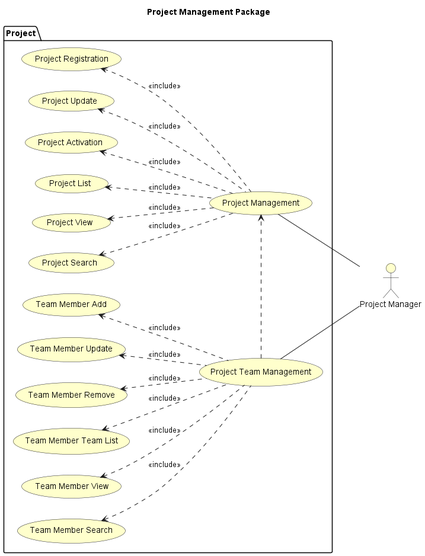
Above: HorizonUml/out/UseCase/Use Case/Packages/ProjectUseCaseDiagram.png in mahyaresteki/Horizon (PlantUML), before the change.
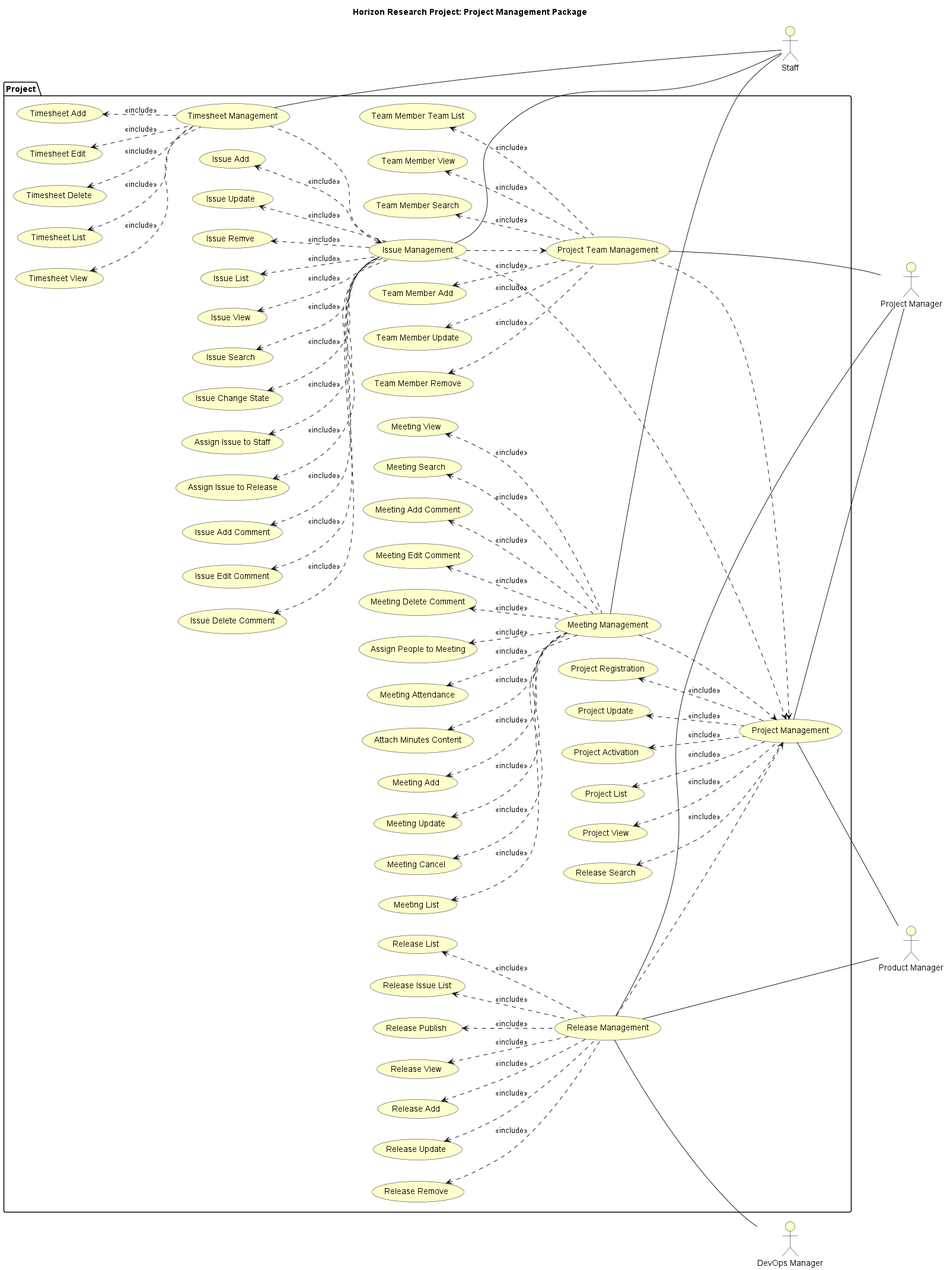
The same file after the commit.

The edit, as a diff of the source:
```diff
@@ -4,9 +4,12 @@
 skinparam useCaseBackgroundColor #Business
 skinparam actorBackgroundColor #Business
 
-title Project Management Package
+title Horizon Research Project: Project Management Package
 
 :Project Manager: as PMO
+:DevOps Manager: as DevOpsManager
+:Product Manager: as ProductManager
+:Staff: as Staff
 
 package "Project"{
     usecase "Project Management" as projectManagement
@@ -23,12 +26,66 @@
     usecase "Team Member Team List" as teamMemberList
     usecase "Team Member View" as teamMemberView
     usecase "Team Member Search" as teamMemberSearch
+    usecase "Release Management" as releaseManagement
+    usecase "Release Add" as releaseAdd
+    usecase "Release Update" as releaseUpdate
+    usecase "Release Remove" as releaseRemove
+    usecase "Release List" as releaseList
+    usecase "Release Issue List" as releaseIssueList
+    usecase "Release Publish" as releasePublish
+    usecase "Release View" as releaseView
+    usecase "Release Search" as projectSearch
+    usecase "Issue Management" as issueManagement
+    usecase "Meeting Management" as meetingManagement
+    usecase "Timesheet Management" as timesheetManagement
+    usecase "Meeting Add" as meetingAdd
+    usecase "Meeting Update" as meetingUpdate
+    usecase "Meeting Cancel" as meetingCancel
+    usecase "Meeting List" as meetingList
+    usecase "Meeting View" as meetingView
+    usecase "Meeting Search" as meetingSearch
+    usecase "Meeting Add Comment" as meetingAddComment
+    usecase "Meeting Edit Comment" as meetingEditComment
+    usecase "Meeting Delete Comment" as meetingDeleteComment
+    usecase "Assign People to Meeting" as assignPeopleToMeeting
+    usecase "Meeting Attendance" as meetingAttendace
+    usecase "Attach Minutes Content" as attachMinutesContent
+    usecase "Issue Add" as issueAdd
+    usecase "Issue Update" as issueUpdate
+    usecase "Issue Remve" as issueCancel
+    usecase "Issue List" as issueList
+    usecase "Issue View" as issueView
+    usecase "Issue Search" as issueSearch
+    usecase "Issue Change State" as issueChangeState
+    usecase "Assign Issue to Staff" as assignIssueToStaff
+    usecase "Assign Issue to Release" as assignIssueToRelease
+    usecase "Issue Add Comment" as issueAddComment
+    usecase "Issue Edit Comment" as issueEditComment
+    usecase "Issue Delete Comment" as issueDeleteComment
+    usecase "Timesheet Add" as timesheetAdd
+    usecase "Timesheet Edit" as timesheetEdit
+    usecase "Timesheet Delete" as timesheetDelete
+    usecase "Timesheet List" as timesheetList
+    usecase "Timesheet View" as timesheetView
 }
 
+projectManagement -- ProductManager
 projectManagement -- PMO
 projectTeamManagement -- PMO
+releaseManagement -- PMO
+releaseManagement -- ProductManager
+releaseManagement -- DevOpsManager
+issueManagement -- Staff
+timesheetManagement -- Staff
+meetingManagement -- Staff
 
-projectTeamManagement .> projectManagement
+projectTeamManagement ..> projectManagement
+releaseManagement ..> projectManagement
+issueManagement ..> projectManagement
+issueManagement ..> projectTeamManagement
+timesheetManagement ..> issueManagement
+meetingManagement ..> projectManagement
+
 
 projectRegistration <.. projectManagement : <<include>>
 projectUpdate <.. projectManagement : <<include>>
@@ -42,4 +99,41 @@
 teamMemberList <.. projectTeamManagement : <<include>>
 teamMemberView <.. projectTeamManagement : <<include>>
 teamMemberSearch <.. projectTeamManagement : <<include>>
+releaseAdd <.. releaseManagement : <<include>>
+releaseUpdate <.. releaseManagement : <<include>>
+releaseRemove <.. releaseManagement : <<include>>
+releaseList <.. releaseManagement : <<include>>
+releaseIssueList <.. releaseManagement : <<include>>
+releasePublish <.. releaseManagement : <<include>>
+releaseView <.. releaseManagement : <<include>>
+meetingAdd <.. meetingManagement : <<include>>
+meetingUpdate <.. meetingManagement : <<include>>
+meetingCancel <.. meetingManagement : <<include>>
+meetingList <.. meetingManagement : <<include>>
+meetingSearch <.. meetingManagement : <<include>>
+assignPeopleToMeeting <.. meetingManagement : <<include>>
+meetingAttendace <.. meetingManagement : <<include>>
+attachMinutesContent <.. meetingManagement : <<include>>
+meetingView <.. meetingManagement : <<include>>
+meetingAddComment <.. meetingManagement : <<include>>
+meetingEditComment <.. meetingManagement : <<include>>
+meetingDeleteComment <.. meetingManagement : <<include>>
+issueAdd <.. issueManagement : <<include>>
+issueUpdate <.. issueManagement : <<include>>
+issueCancel <.. issueManagement : <<include>>
+issueList <.. issueManagement : <<include>>
+issueView <.. issueManagement : <<include>>
+issueSearch <.. issueManagement : <<include>>
+issueChangeState <.. issueManagement : <<include>>
+assignIssueToStaff <.. issueManagement : <<include>>
+assignIssueToRelease <.. issueManagement : <<include>>
+issueAddComment <.. issueManagement : <<include>>
+issueEditComment <.. issueManagement : <<include>>
+issueDeleteComment <.. issueManagement : <<include>>
+timesheetAdd <.. timesheetManagement : <<include>>
+timesheetEdit  <.. timesheetManagement : <<include>>
+timesheetDelete  <.. timesheetManagement : <<include>>
+timesheetList  <.. timesheetManagement : <<include>>
+timesheetView  <.. timesheetManagement : <<include>>
+
 @enduml
```
